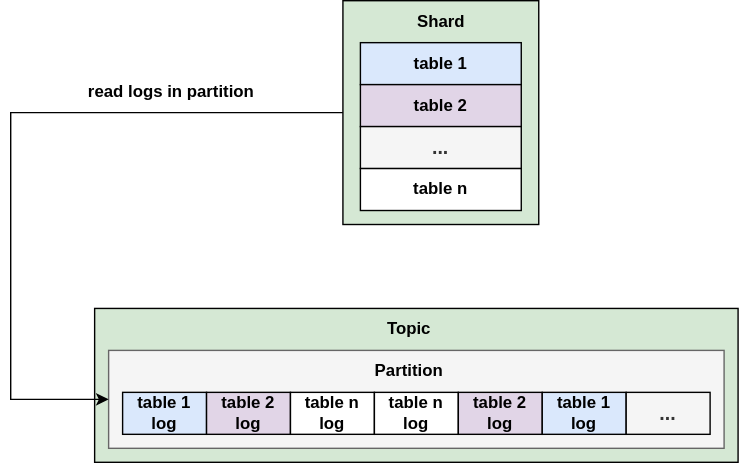
The draw.io diagram kafkashard.drawio.svg in Rachelint/drawio-store, before a commit. Source tidied: cells renumbered, new cells last; positions are measured from the earlier drawing's top-left corner, leaving out a move shared by most shapes.
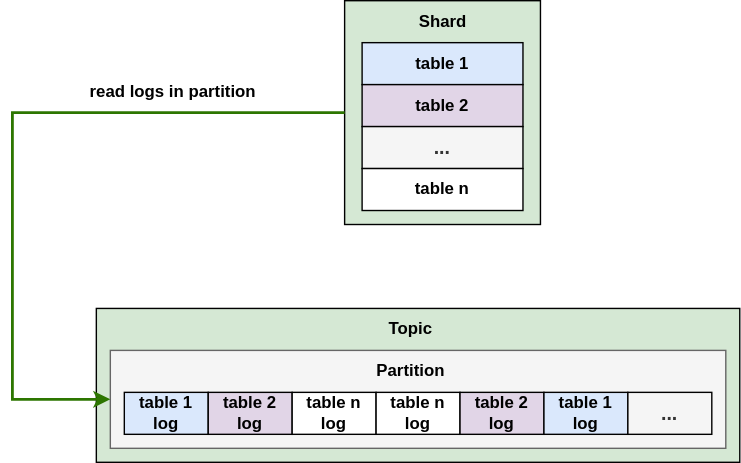
After the change.

Change to the diagram source:
```diff
@@ -41,7 +41,7 @@
     <mxCell id="14" value="read logs in partition" style="text;html=1;strokeColor=none;fillColor=none;align=center;verticalAlign=middle;whiteSpace=wrap;rounded=0;fontStyle=1;" parent="1" vertex="1">
       <mxGeometry x="40" y="50" width="150" height="30" as="geometry" />
     </mxCell>
-    <mxCell id="15" style="edgeStyle=orthogonalEdgeStyle;rounded=0;jettySize=auto;html=1;exitX=0;exitY=0.5;exitDx=0;exitDy=0;entryX=0;entryY=0.5;entryDx=0;entryDy=0;fontStyle=1;" parent="1" edge="1" source="2" target="4">
+    <mxCell id="15" style="edgeStyle=orthogonalEdgeStyle;rounded=0;jettySize=auto;html=1;exitX=0;exitY=0.5;exitDx=0;exitDy=0;entryX=0;entryY=0.5;entryDx=0;entryDy=0;fontStyle=1;fillColor=#60a917;strokeColor=#2D7600;strokeWidth=2;" parent="1" edge="1" source="2" target="4">
       <mxGeometry relative="1" as="geometry">
         <Array as="points">
           <mxPoint y="80" />
```
